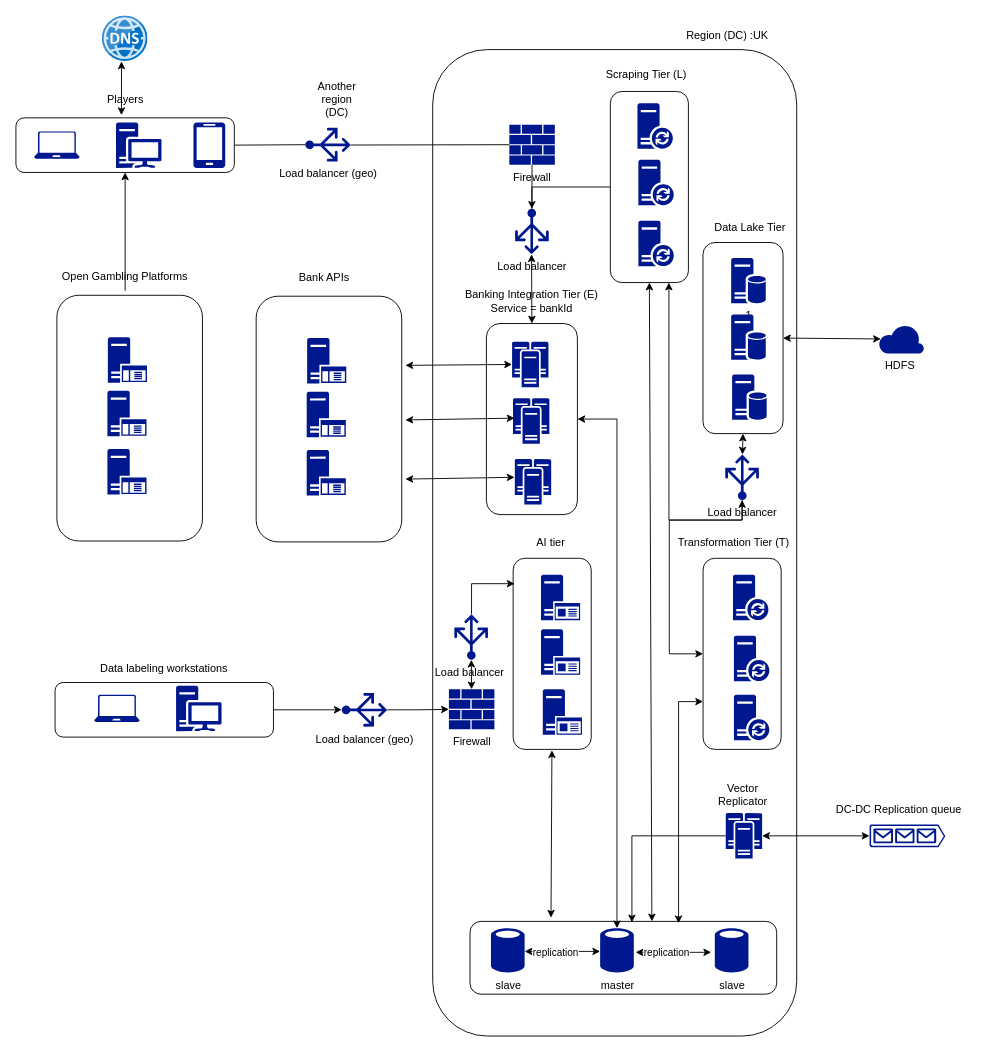
This is resoures/drawio/player_risk_score.drawio from hkravtsov/hla, a draw.io file, before an edit. Source tidied: cells renumbered, new cells numbered last; positions are measured from the earlier drawing's top-left corner, leaving out a move shared by most shapes. Both pictures are drawn from the tidied source at 91%, with x=0, y=0 at pixel (15, 15).
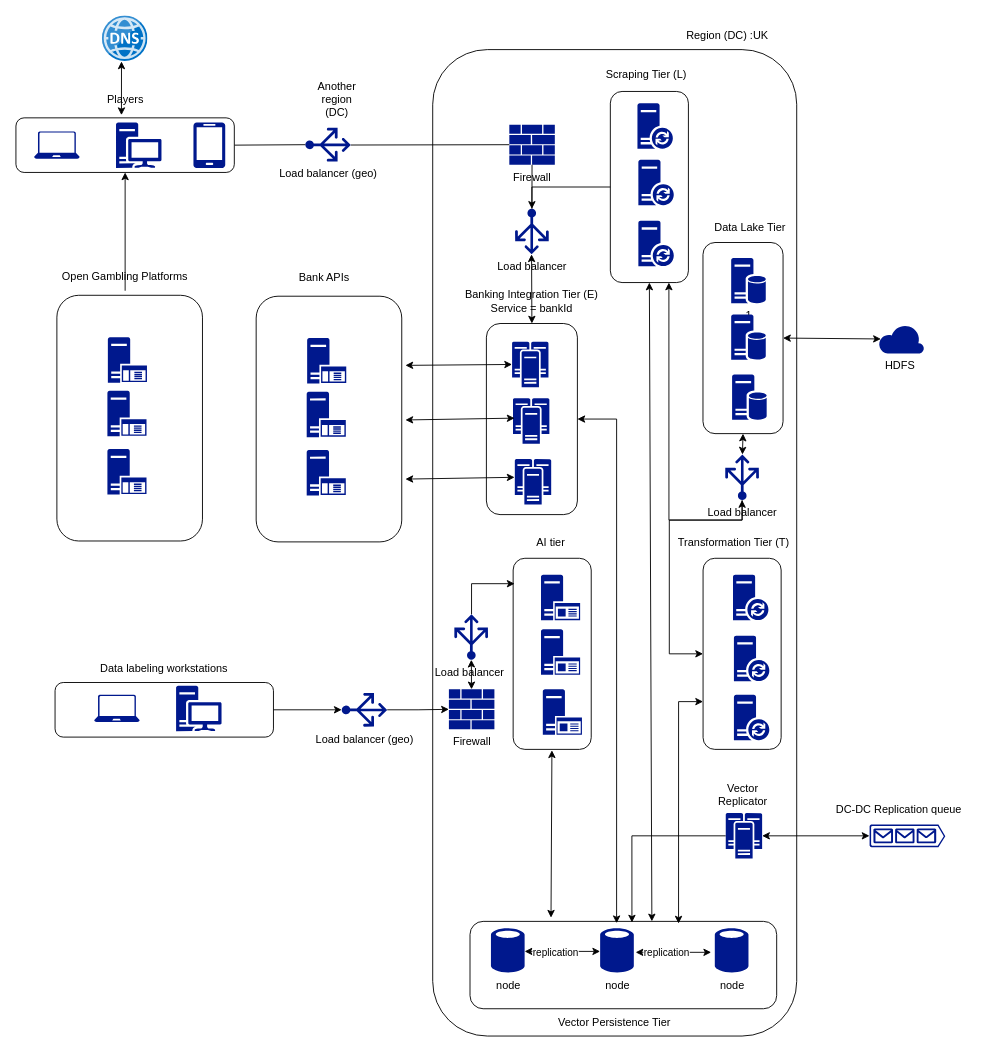
The same diagram, later.

The change refers to these unchanged cells:
```xml
<mxCell id="17" style="rounded=1;whiteSpace=wrap;html=1;" parent="1" vertex="1">
  <mxGeometry x="517" y="338" width="100" height="210" as="geometry" />
</mxCell>
```

Diff of the diagram source:
```diff
@@
     <mxCell id="32" style="rounded=1;whiteSpace=wrap;html=1;" parent="1" vertex="1">
-      <mxGeometry x="499" y="995" width="337" height="80" as="geometry" />
+      <mxGeometry x="499" y="995" width="337" height="96" as="geometry" />
     </mxCell>
-    <mxCell id="33" value="slave" style="sketch=0;shadow=0;dashed=0;html=1;strokeColor=none;labelPosition=center;verticalLabelPosition=bottom;verticalAlign=top;align=center;fillColor=#00188D;shape=mxgraph.mscae.enterprise.database_generic;" parent="1" vertex="1">
+    <mxCell id="33" value="node" style="sketch=0;shadow=0;dashed=0;html=1;strokeColor=none;labelPosition=center;verticalLabelPosition=bottom;verticalAlign=top;align=center;fillColor=#00188D;shape=mxgraph.mscae.enterprise.database_generic;" parent="1" vertex="1">
       <mxGeometry x="522" y="1002" width="37" height="50" as="geometry" />
     </mxCell>
-    <mxCell id="34" value="master" style="sketch=0;shadow=0;dashed=0;html=1;strokeColor=none;labelPosition=center;verticalLabelPosition=bottom;verticalAlign=top;align=center;fillColor=#00188D;shape=mxgraph.mscae.enterprise.database_generic;" parent="1" vertex="1">
+    <mxCell id="34" value="node" style="sketch=0;shadow=0;dashed=0;html=1;strokeColor=none;labelPosition=center;verticalLabelPosition=bottom;verticalAlign=top;align=center;fillColor=#00188D;shape=mxgraph.mscae.enterprise.database_generic;" parent="1" vertex="1">
       <mxGeometry x="642" y="1002" width="37" height="50" as="geometry" />
     </mxCell>
-    <mxCell id="35" value="slave" style="sketch=0;shadow=0;dashed=0;html=1;strokeColor=none;labelPosition=center;verticalLabelPosition=bottom;verticalAlign=top;align=center;fillColor=#00188D;shape=mxgraph.mscae.enterprise.database_generic;" parent="1" vertex="1">
+    <mxCell id="35" value="node" style="sketch=0;shadow=0;dashed=0;html=1;strokeColor=none;labelPosition=center;verticalLabelPosition=bottom;verticalAlign=top;align=center;fillColor=#00188D;shape=mxgraph.mscae.enterprise.database_generic;" parent="1" vertex="1">
       <mxGeometry x="768" y="1002" width="37" height="50" as="geometry" />
     </mxCell>
@@
-    <mxCell id="40" style="edgeStyle=orthogonalEdgeStyle;rounded=0;jettySize=auto;html=1;exitX=1;exitY=0.5;exitDx=0;exitDy=0;entryX=0.5;entryY=0.01;entryDx=0;entryDy=0;entryPerimeter=0;startArrow=classic;startFill=1;" parent="1" edge="1" source="17" target="34">
+    <mxCell id="40" style="edgeStyle=orthogonalEdgeStyle;rounded=0;jettySize=auto;html=1;exitX=1;exitY=0.5;exitDx=0;exitDy=0;startArrow=classic;startFill=1;entryX=0.478;entryY=0.021;entryDx=0;entryDy=0;entryPerimeter=0;" parent="1" edge="1" source="17" target="32">
       <mxGeometry relative="1" as="geometry" />
     </mxCell>
@@
+    <mxCell id="95" value="Vector Persistence Tier" style="text;html=1;align=center;verticalAlign=middle;whiteSpace=wrap;rounded=0;" parent="1" vertex="1">
+      <mxGeometry x="588" y="1091" width="140" height="30" as="geometry" />
+    </mxCell>
```
